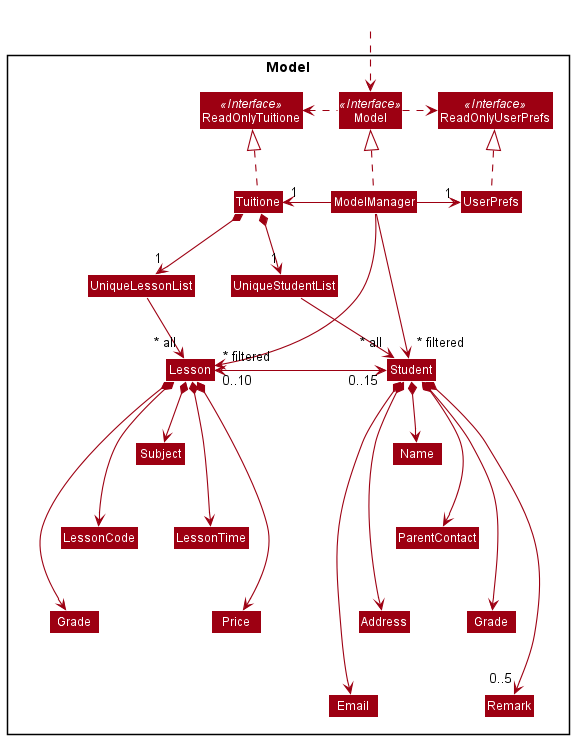
Earlier version of the PlantUML export docs/images/DeveloperGuideImage/ModelClassDiagram.png (nus-cs2103-AY2122S1/tp).
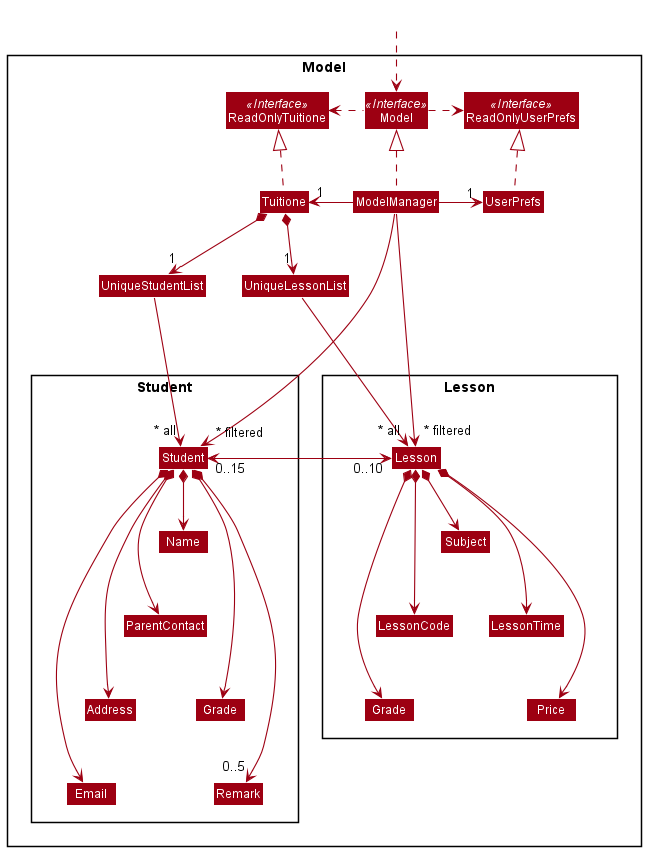
Above is the later version.

What changed in the source:
```diff
@@ -14,24 +14,27 @@
 Class ModelManager
 Class UserPrefs
 Class ReadOnlyUserPrefs
+Class UniqueStudentList
+Class UniqueLessonList
 
-
-Class UniqueStudentList
-Class Student
+Package "Student\n\n" <<Rectangle>> {
+Class "Student" as s
 Class Address
 Class Email
 Class Name
 Class ParentContact
 Class Remark
 Class "Grade" as g1
-Class "Grade" as g2
+}
 
-Class UniqueLessonList
-Class Lesson
+Package "Lesson\n\n" <<Rectangle>> {
+Class "Lesson" as l
 Class LessonCode
 Class LessonTime
 Class Price
 Class Subject
+Class "Grade" as g2
+}
 
 }
 
@@ -48,13 +51,13 @@
 UserPrefs .up.|> ReadOnlyUserPrefs
 
 Tuitione *--> "1" UniqueStudentList
-UniqueStudentList --> "~* all" Student
-Student *--> Name
-Student *--> ParentContact
-Student *--> Email
-Student *--> Address
-Student *--> "0..5" Remark
-Student *--> g1
+UniqueStudentList --> "~* all" s
+s *--> Name
+s *--> ParentContact
+s *--> Email
+s *--> Address
+s *--> "0..5" Remark
+s *--> g1
 
 Name -[hidden]down-> ParentContact
 ParentContact -[hidden]down-> g1
@@ -66,12 +69,12 @@
 UniqueStudentList --[hidden]right--> UniqueLessonList
 
 Tuitione *--> "1" UniqueLessonList
-UniqueLessonList -right-> "~* all" Lesson
-Lesson *--> LessonCode
-Lesson *--> LessonTime
-Lesson *--> Price
-Lesson *--> Subject
-Lesson *--> g2
+UniqueLessonList -right-> "~* all" l
+l *--> LessonCode
+l *--> LessonTime
+l *--> Price
+l *--> Subject
+l *--> g2
 
 Subject -[hidden]down-> LessonTime
 LessonTime -[hidden]down-> Price
@@ -79,8 +82,8 @@
 Subject -[hidden]down-> LessonCode
 LessonCode -[hidden]down-> g2
 
-Student "0..15" <-left-> "0..10" Lesson
+s "0..15" <-left-> "0..10" l
 
-ModelManager --->"~* filtered" Student
-ModelManager --->"~* filtered" Lesson
+ModelManager ---->"~* filtered" s
+ModelManager ---->"~* filtered" l
 @enduml
```
